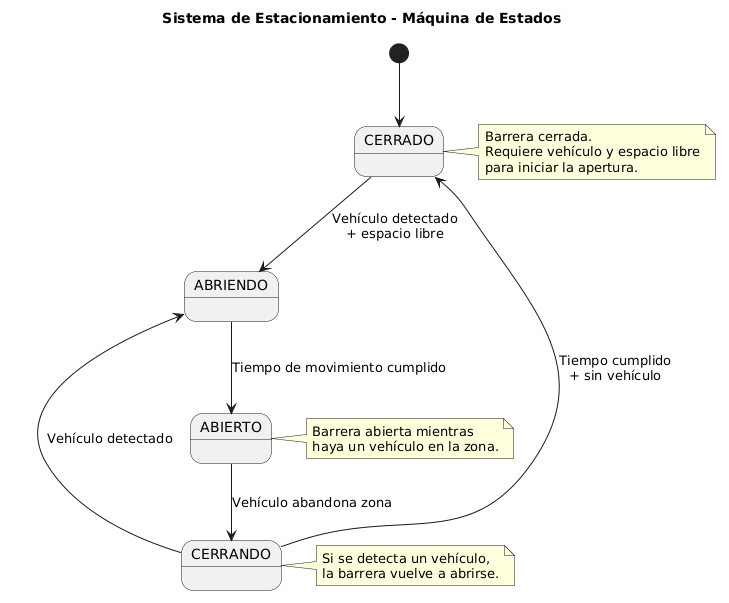
Earlier version of the PlantUML export parking_lifecycle.png (JaredDet/smart-car_parking). Its source is kept beside it as parking_lifecycle.puml. The source it was exported from:
```plantuml
@startuml Parking Lifecycle
title Sistema de Estacionamiento - Máquina de Estados

[*] --> CERRADO

CERRADO --> ABRIENDO : Vehículo detectado\n+ espacio libre
ABRIENDO --> ABIERTO : Tiempo de movimiento cumplido
ABIERTO --> CERRANDO : Vehículo abandona zona
CERRANDO --> ABRIENDO : Vehículo detectado
CERRANDO --> CERRADO : Tiempo cumplido\n+ sin vehículo

note right of CERRADO
Barrera cerrada.
Requiere vehículo y espacio libre
para iniciar la apertura.
end note

note right of ABIERTO
Barrera abierta mientras
haya un vehículo en la zona.
end note

note right of CERRANDO
Si se detecta un vehículo,
la barrera vuelve a abrirse.
end note

@enduml
```
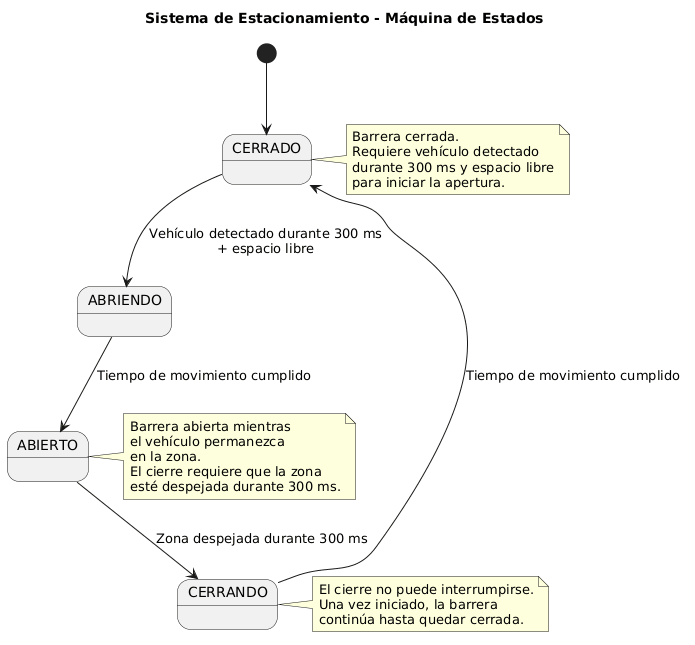
After the commit.

Commit message:
feat: suavizar movimiento de barrera y completar el cierre sin interrupciones

Diff of the diagram source:
```diff
@@ -3,26 +3,30 @@
 
 [*] --> CERRADO
 
-CERRADO --> ABRIENDO : Vehículo detectado\n+ espacio libre
+CERRADO --> ABRIENDO : Vehículo detectado durante 300 ms\n+ espacio libre
 ABRIENDO --> ABIERTO : Tiempo de movimiento cumplido
-ABIERTO --> CERRANDO : Vehículo abandona zona
-CERRANDO --> ABRIENDO : Vehículo detectado
-CERRANDO --> CERRADO : Tiempo cumplido\n+ sin vehículo
+ABIERTO --> CERRANDO : Zona despejada durante 300 ms
+CERRANDO --> CERRADO : Tiempo de movimiento cumplido
 
 note right of CERRADO
 Barrera cerrada.
-Requiere vehículo y espacio libre
+Requiere vehículo detectado
+durante 300 ms y espacio libre
 para iniciar la apertura.
 end note
 
 note right of ABIERTO
 Barrera abierta mientras
-haya un vehículo en la zona.
+el vehículo permanezca
+en la zona.
+El cierre requiere que la zona
+esté despejada durante 300 ms.
 end note
 
 note right of CERRANDO
-Si se detecta un vehículo,
-la barrera vuelve a abrirse.
+El cierre no puede interrumpirse.
+Una vez iniciado, la barrera
+continúa hasta quedar cerrada.
 end note
 
 @enduml
```
